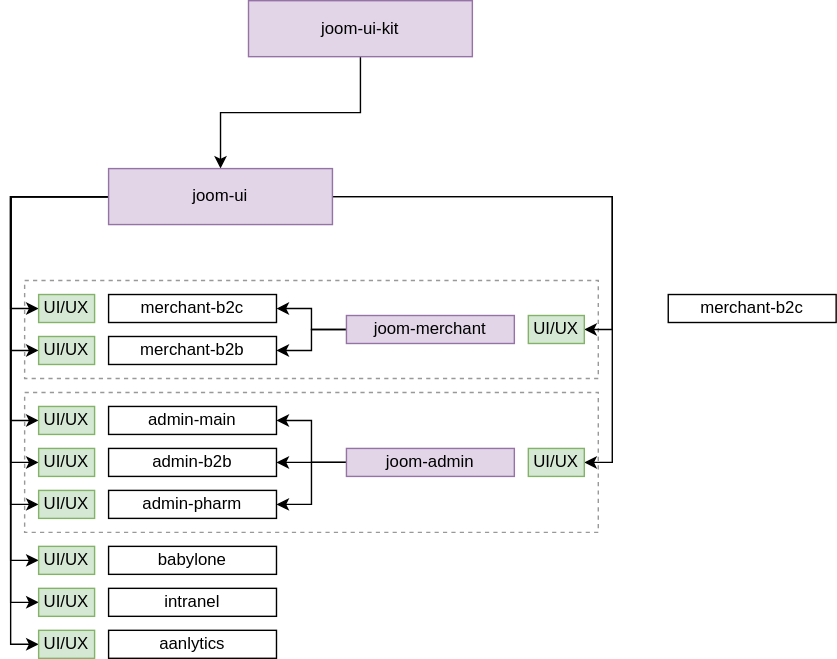
Before: design-system-2.svg, a diagram exported from draw.io (ajile/draw-io). Source tidied: cells renumbered, new cells last; positions are measured from the earlier drawing's top-left corner, leaving out a move shared by most shapes.
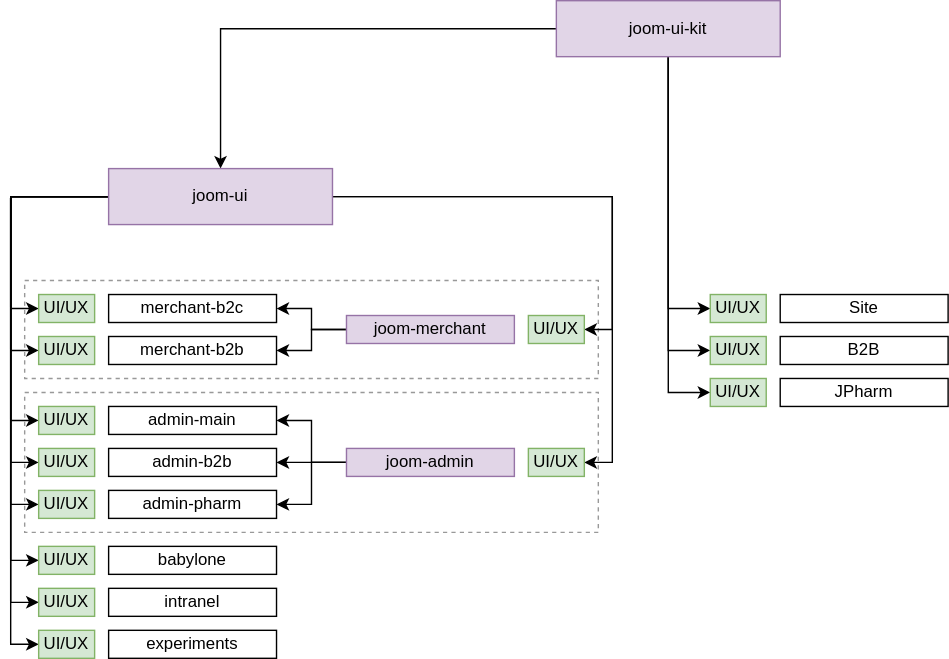
Above is the later version.

Change to the diagram source:
```diff
@@ -11,8 +11,17 @@
     <mxCell id="4" style="edgeStyle=orthogonalEdgeStyle;rounded=0;jettySize=auto;html=1;entryX=0.5;entryY=0;entryDx=0;entryDy=0;" parent="1" edge="1" source="5" target="16">
       <mxGeometry relative="1" as="geometry" />
     </mxCell>
+    <mxCell id="43" style="edgeStyle=orthogonalEdgeStyle;rounded=0;jettySize=auto;html=1;entryX=0;entryY=0.5;entryDx=0;entryDy=0;exitX=0.5;exitY=1;exitDx=0;exitDy=0;" parent="1" edge="1" source="5" target="46">
+      <mxGeometry relative="1" as="geometry" />
+    </mxCell>
+    <mxCell id="44" style="edgeStyle=orthogonalEdgeStyle;rounded=0;jettySize=auto;html=1;entryX=0;entryY=0.5;entryDx=0;entryDy=0;" parent="1" edge="1" source="5" target="48">
+      <mxGeometry relative="1" as="geometry" />
+    </mxCell>
+    <mxCell id="45" style="edgeStyle=orthogonalEdgeStyle;rounded=0;jettySize=auto;html=1;entryX=0;entryY=0.5;entryDx=0;entryDy=0;" parent="1" edge="1" source="5" target="50">
+      <mxGeometry relative="1" as="geometry" />
+    </mxCell>
     <mxCell id="5" value="joom-ui-kit" style="rounded=0;whiteSpace=wrap;html=1;fillColor=#e1d5e7;strokeColor=#9673a6;" parent="1" vertex="1">
-      <mxGeometry x="160" width="160" height="40" as="geometry" />
+      <mxGeometry x="380" width="160" height="40" as="geometry" />
     </mxCell>
     <mxCell id="6" style="edgeStyle=orthogonalEdgeStyle;rounded=0;jettySize=auto;html=1;entryX=0;entryY=0.5;entryDx=0;entryDy=0;exitX=0;exitY=0.5;exitDx=0;exitDy=0;" parent="1" edge="1" source="16" target="18">
       <mxGeometry relative="1" as="geometry" />
@@ -116,14 +125,29 @@
     <mxCell id="39" value="UI/UX" style="rounded=0;whiteSpace=wrap;html=1;fillColor=#d5e8d4;strokeColor=#82b366;" parent="1" vertex="1">
       <mxGeometry x="10" y="420" width="40" height="20" as="geometry" />
     </mxCell>
-    <mxCell id="40" value="aanlytics" style="rounded=0;whiteSpace=wrap;html=1;" parent="1" vertex="1">
+    <mxCell id="40" value="experiments" style="rounded=0;whiteSpace=wrap;html=1;" parent="1" vertex="1">
       <mxGeometry x="60" y="450" width="120" height="20" as="geometry" />
     </mxCell>
     <mxCell id="41" value="UI/UX" style="rounded=0;whiteSpace=wrap;html=1;fillColor=#d5e8d4;strokeColor=#82b366;" parent="1" vertex="1">
       <mxGeometry x="10" y="450" width="40" height="20" as="geometry" />
     </mxCell>
-    <mxCell id="42" value="merchant-b2c" style="rounded=0;whiteSpace=wrap;html=1;" parent="1" vertex="1">
-      <mxGeometry x="460" y="210" width="120" height="20" as="geometry" />
+    <mxCell id="42" value="Site" style="rounded=0;whiteSpace=wrap;html=1;" parent="1" vertex="1">
+      <mxGeometry x="540" y="210" width="120" height="20" as="geometry" />
     </mxCell>
+    <mxCell id="46" value="UI/UX" style="rounded=0;whiteSpace=wrap;html=1;fillColor=#d5e8d4;strokeColor=#82b366;" parent="1" vertex="1">
+      <mxGeometry x="490" y="210" width="40" height="20" as="geometry" />
+    </mxCell>
+    <mxCell id="47" value="B2B" style="rounded=0;whiteSpace=wrap;html=1;" parent="1" vertex="1">
+      <mxGeometry x="540" y="240" width="120" height="20" as="geometry" />
+    </mxCell>
+    <mxCell id="48" value="UI/UX" style="rounded=0;whiteSpace=wrap;html=1;fillColor=#d5e8d4;strokeColor=#82b366;" parent="1" vertex="1">
+      <mxGeometry x="490" y="240" width="40" height="20" as="geometry" />
+    </mxCell>
+    <mxCell id="49" value="JPharm" style="rounded=0;whiteSpace=wrap;html=1;" parent="1" vertex="1">
+      <mxGeometry x="540" y="270" width="120" height="20" as="geometry" />
+    </mxCell>
+    <mxCell id="50" value="UI/UX" style="rounded=0;whiteSpace=wrap;html=1;fillColor=#d5e8d4;strokeColor=#82b366;" parent="1" vertex="1">
+      <mxGeometry x="490" y="270" width="40" height="20" as="geometry" />
+    </mxCell>
   </root>
 </mxGraphModel>
```
